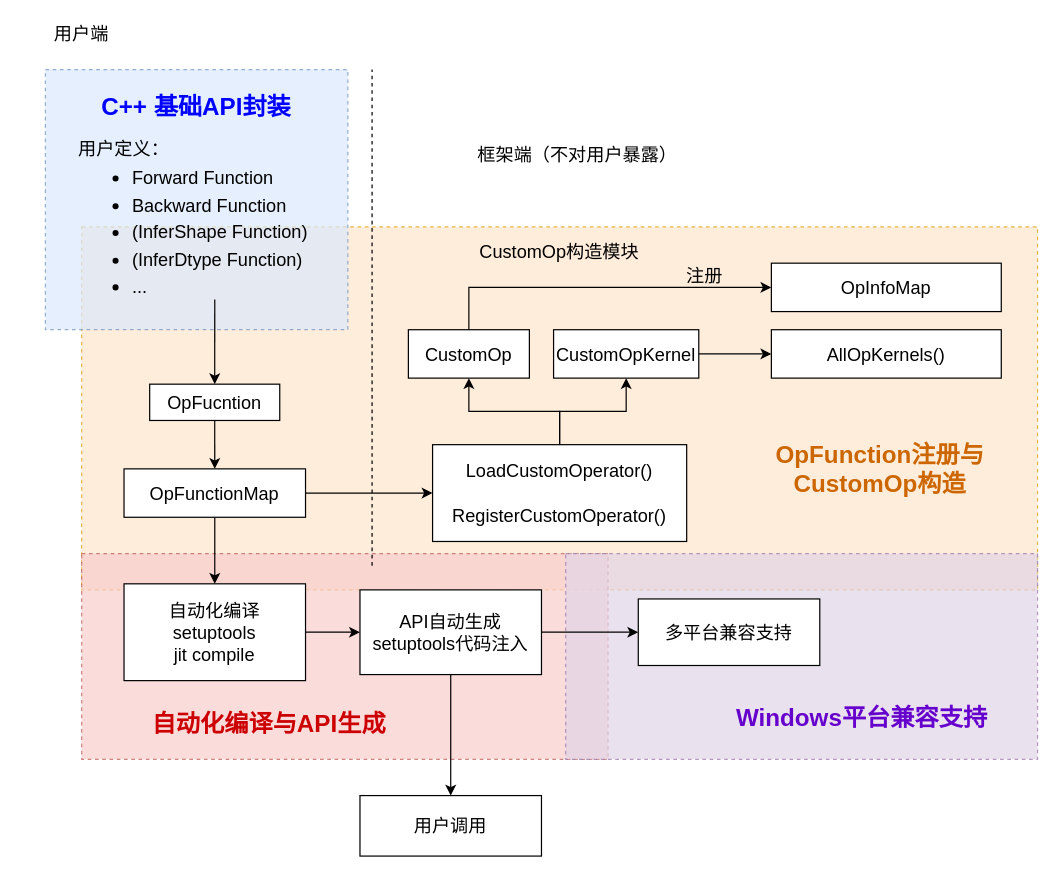
Above: page "details" (3 of 3) of custom_op.drawio in chenwhql/diagrams (draw.io), before the change. Source tidied: cells renumbered, new cells numbered last; positions are measured from the earlier drawing's top-left corner, leaving out a move shared by most shapes. Both pictures are drawn from the tidied source at 121%, with x=0, y=0 at pixel (21, 21).
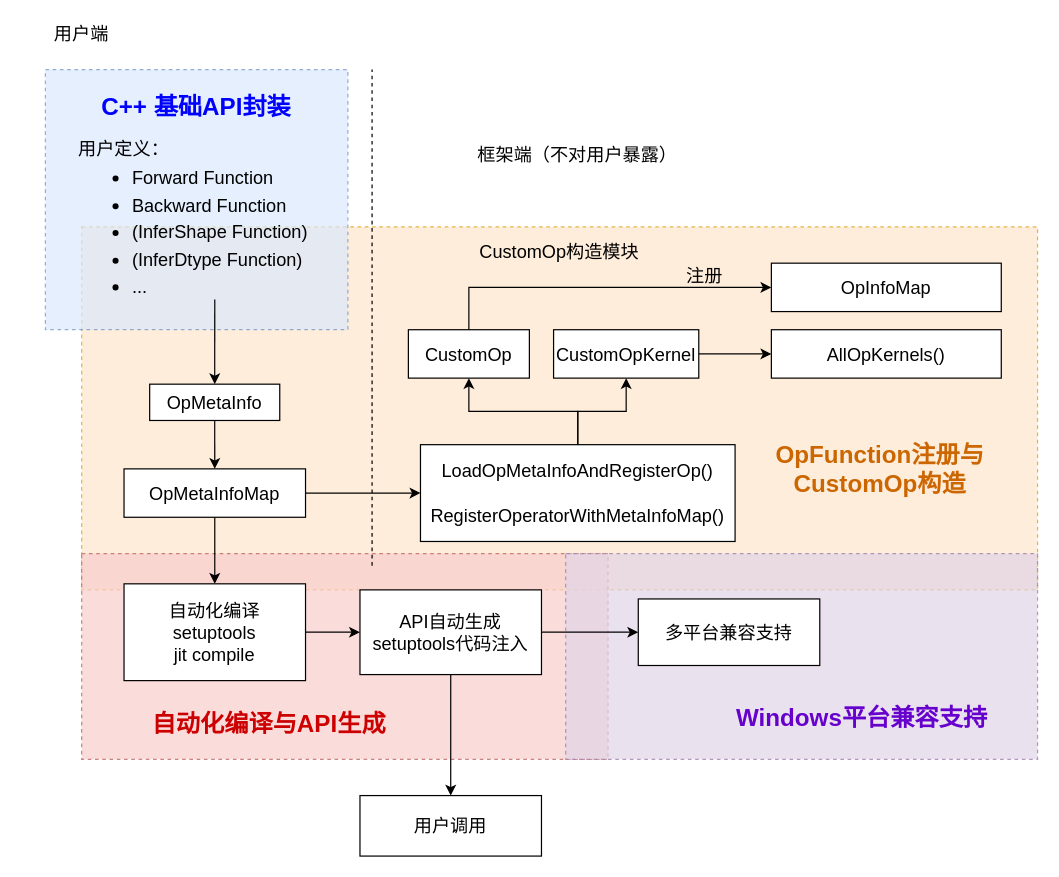
Above is the later version.

What changed in the source:
```diff
@@
-    <mxCell id="8" value="OpFunctionMap" style="rounded=0;whiteSpace=wrap;html=1;fontSize=15;" parent="1" vertex="1">
+    <mxCell id="8" value="OpMetaInfoMap" style="rounded=0;whiteSpace=wrap;html=1;fontSize=15;" parent="1" vertex="1">
       <mxGeometry x="85" y="370" width="150" height="40" as="geometry" />
     </mxCell>
@@
-    <mxCell id="15" value="OpFucntion" style="rounded=0;whiteSpace=wrap;html=1;align=center;fontSize=15;" parent="1" vertex="1">
+    <mxCell id="15" value="OpMetaInfo" style="rounded=0;whiteSpace=wrap;html=1;align=center;fontSize=15;" parent="1" vertex="1">
       <mxGeometry x="106.2" y="300" width="107.5" height="30" as="geometry" />
     </mxCell>
@@
-    <mxCell id="20" value="&lt;p style=&quot;line-height: 150%; font-size: 15px;&quot;&gt;LoadCustomOperator()&lt;/p&gt;&lt;p style=&quot;line-height: 150%; font-size: 15px;&quot;&gt;RegisterCustomOperator()&lt;/p&gt;" style="rounded=0;whiteSpace=wrap;html=1;align=center;fontSize=15;" parent="1" vertex="1">
-      <mxGeometry x="340" y="350" width="210" height="80" as="geometry" />
+    <mxCell id="20" value="&lt;p style=&quot;line-height: 22.5px&quot;&gt;LoadOpMetaInfoAndRegisterOp()&lt;/p&gt;&lt;p style=&quot;line-height: 22.5px&quot;&gt;RegisterOperatorWithMetaInfoMap()&lt;/p&gt;" style="rounded=0;whiteSpace=wrap;html=1;align=center;fontSize=15;" parent="1" vertex="1">
+      <mxGeometry x="330" y="350" width="260" height="80" as="geometry" />
     </mxCell>
```
